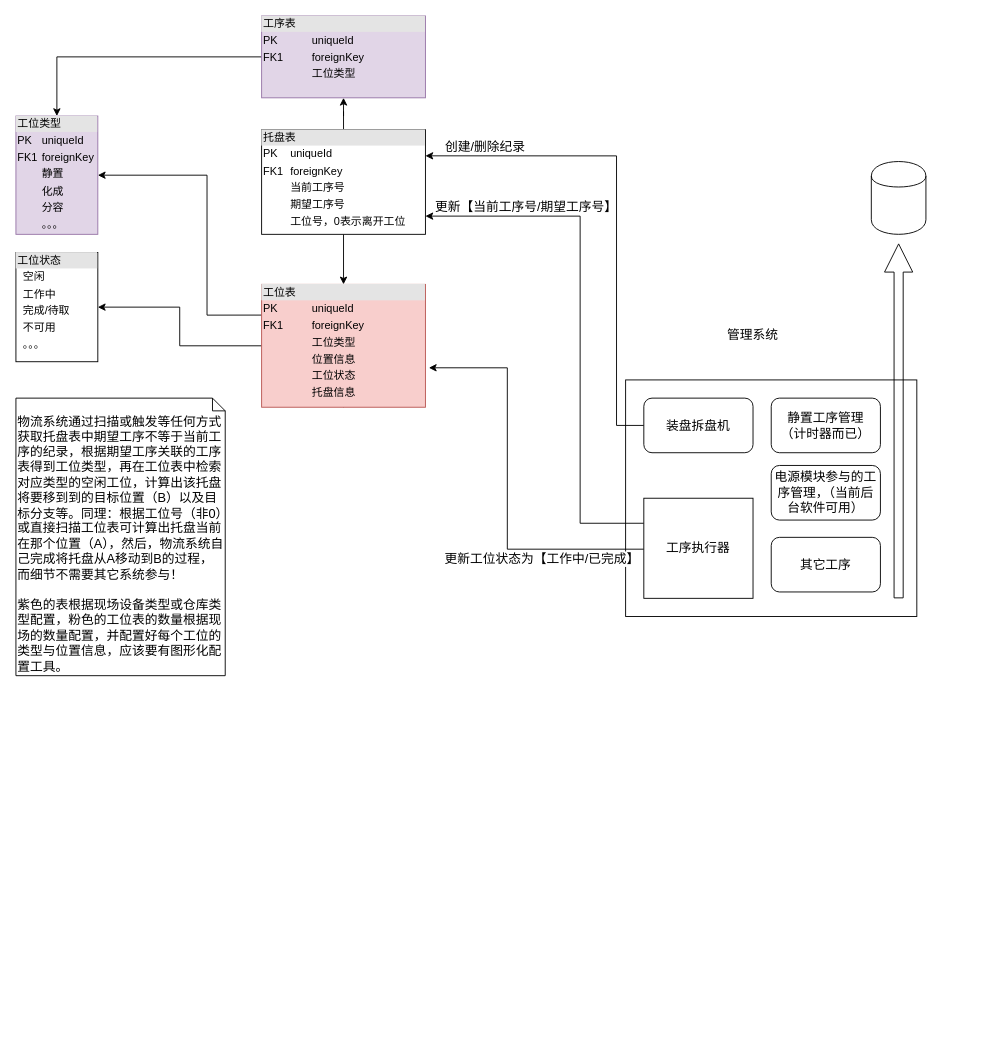
This is page "Page-3" (2 of 2) of Untitled Diagram.drawio from samos2011/drawio, a draw.io file, before an edit. Source tidied: cells renumbered, new cells numbered last; positions are measured from the earlier drawing's top-left corner, leaving out a move shared by most shapes. Both pictures are drawn from the tidied source at 91%, with x=0, y=0 at pixel (15, 15).
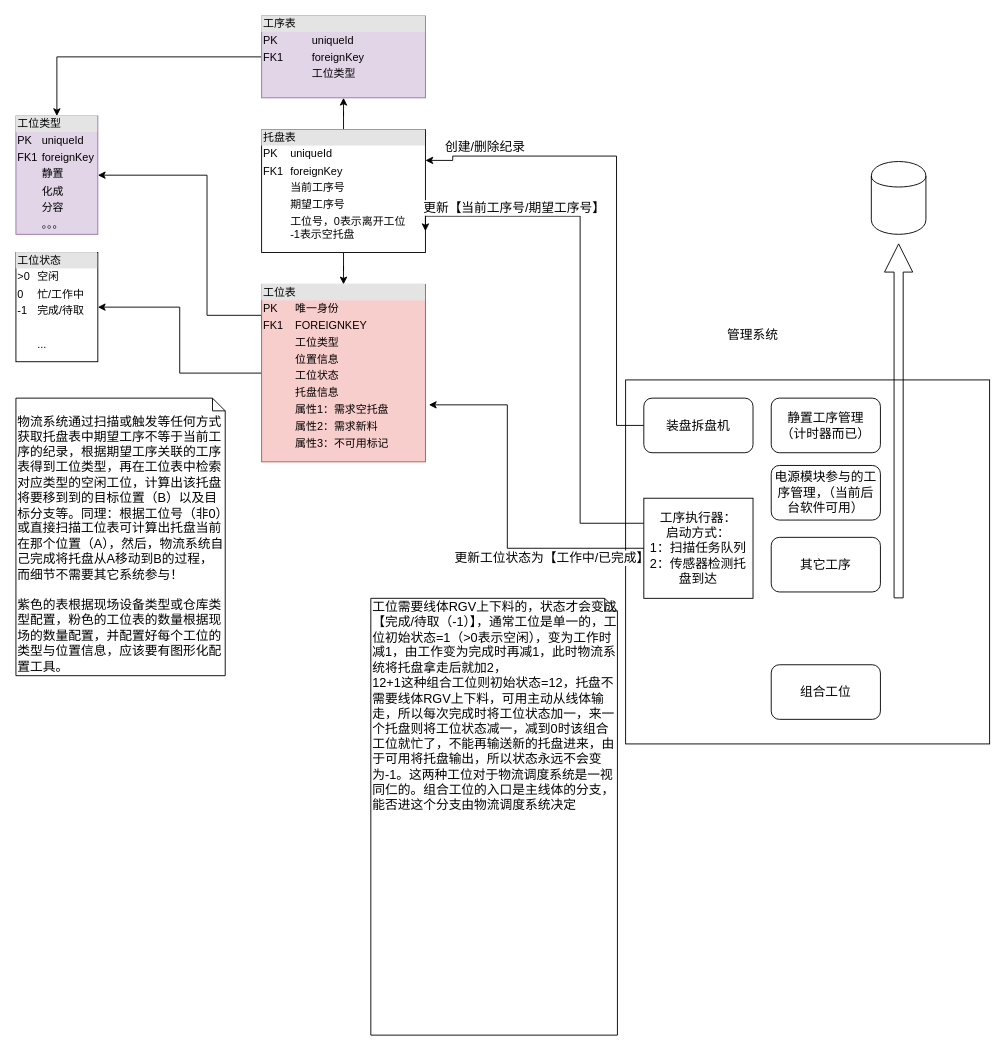
The same diagram, later.

The change refers to these unchanged cells:
```xml
<mxCell id="26" value="装盘拆盘机" style="rounded=1;whiteSpace=wrap;html=1;fontSize=14;" parent="1" vertex="1">
  <mxGeometry x="690" y="420" width="120" height="60" as="geometry" />
</mxCell>
```

Change to the diagram source:
```diff
@@
     <mxCell id="2" style="rounded=0;whiteSpace=wrap;html=1;fontSize=14;" parent="1" vertex="1">
-      <mxGeometry x="670" y="400" width="320" height="260" as="geometry" />
+      <mxGeometry x="670" y="400" width="400" height="400" as="geometry" />
     </mxCell>
@@
-    <mxCell id="5" value="&lt;div style=&quot;box-sizing: border-box ; width: 100% ; background: #e4e4e4 ; padding: 2px&quot;&gt;托盘表&lt;/div&gt;&lt;table style=&quot;width: 100% ; font-size: 1em&quot; cellpadding=&quot;2&quot; cellspacing=&quot;0&quot;&gt;&lt;tbody&gt;&lt;tr&gt;&lt;td&gt;PK&lt;/td&gt;&lt;td&gt;uniqueId&lt;/td&gt;&lt;/tr&gt;&lt;tr&gt;&lt;td&gt;FK1&lt;/td&gt;&lt;td&gt;foreignKey&lt;/td&gt;&lt;/tr&gt;&lt;tr&gt;&lt;td&gt;&lt;/td&gt;&lt;td&gt;当前工序号&lt;/td&gt;&lt;/tr&gt;&lt;tr&gt;&lt;td&gt;&lt;br&gt;&lt;/td&gt;&lt;td&gt;期望工序号&lt;/td&gt;&lt;/tr&gt;&lt;tr&gt;&lt;td&gt;&lt;br&gt;&lt;/td&gt;&lt;td&gt;工位号，0表示离开工位&lt;/td&gt;&lt;/tr&gt;&lt;tr&gt;&lt;td&gt;&lt;br&gt;&lt;/td&gt;&lt;td&gt;&lt;br&gt;&lt;/td&gt;&lt;/tr&gt;&lt;/tbody&gt;&lt;/table&gt;" style="verticalAlign=top;align=left;overflow=fill;html=1;" parent="1" vertex="1">
-      <mxGeometry x="270" y="125" width="180" height="115" as="geometry" />
+    <mxCell id="5" value="&lt;div style=&quot;box-sizing: border-box ; width: 100% ; background: #e4e4e4 ; padding: 2px&quot;&gt;托盘表&lt;/div&gt;&lt;table style=&quot;width: 100% ; font-size: 1em&quot; cellpadding=&quot;2&quot; cellspacing=&quot;0&quot;&gt;&lt;tbody&gt;&lt;tr&gt;&lt;td&gt;PK&lt;/td&gt;&lt;td&gt;uniqueId&lt;/td&gt;&lt;/tr&gt;&lt;tr&gt;&lt;td&gt;FK1&lt;/td&gt;&lt;td&gt;foreignKey&lt;/td&gt;&lt;/tr&gt;&lt;tr&gt;&lt;td&gt;&lt;/td&gt;&lt;td&gt;当前工序号&lt;/td&gt;&lt;/tr&gt;&lt;tr&gt;&lt;td&gt;&lt;br&gt;&lt;/td&gt;&lt;td&gt;期望工序号&lt;/td&gt;&lt;/tr&gt;&lt;tr&gt;&lt;td&gt;&lt;br&gt;&lt;/td&gt;&lt;td&gt;工位号，0表示离开工位&lt;br&gt;-1表示空托盘&lt;/td&gt;&lt;/tr&gt;&lt;tr&gt;&lt;td&gt;&lt;br&gt;&lt;/td&gt;&lt;td&gt;&lt;br&gt;&lt;/td&gt;&lt;/tr&gt;&lt;/tbody&gt;&lt;/table&gt;" style="verticalAlign=top;align=left;overflow=fill;html=1;" parent="1" vertex="1">
+      <mxGeometry x="270" y="125" width="180" height="135" as="geometry" />
     </mxCell>
@@
-    <mxCell id="8" style="edgeStyle=orthogonalEdgeStyle;rounded=0;jettySize=auto;html=1;exitX=0.5;exitY=1;exitDx=0;exitDy=0;" parent="1" edge="1" source="11">
-      <mxGeometry relative="1" as="geometry">
-        <mxPoint x="360.3" y="419.9" as="targetPoint" />
-      </mxGeometry>
-    </mxCell>
@@
-    <mxCell id="11" value="&lt;div style=&quot;box-sizing: border-box ; width: 100% ; background: #e4e4e4 ; padding: 2px&quot;&gt;工位表&lt;/div&gt;&lt;table style=&quot;width: 100% ; font-size: 1em&quot; cellpadding=&quot;2&quot; cellspacing=&quot;0&quot;&gt;&lt;tbody&gt;&lt;tr&gt;&lt;td&gt;PK&lt;/td&gt;&lt;td&gt;uniqueId&lt;/td&gt;&lt;/tr&gt;&lt;tr&gt;&lt;td&gt;FK1&lt;/td&gt;&lt;td&gt;foreignKey&lt;/td&gt;&lt;/tr&gt;&lt;tr&gt;&lt;td&gt;&lt;br&gt;&lt;/td&gt;&lt;td&gt;工位类型&lt;/td&gt;&lt;/tr&gt;&lt;tr&gt;&lt;td&gt;&lt;/td&gt;&lt;td&gt;位置信息&lt;br&gt;&lt;/td&gt;&lt;/tr&gt;&lt;tr&gt;&lt;td&gt;&lt;br&gt;&lt;/td&gt;&lt;td&gt;工位状态&lt;/td&gt;&lt;/tr&gt;&lt;tr&gt;&lt;td&gt;&lt;br&gt;&lt;/td&gt;&lt;td&gt;托盘信息&lt;/td&gt;&lt;/tr&gt;&lt;tr&gt;&lt;td&gt;&lt;br&gt;&lt;/td&gt;&lt;td&gt;&lt;br&gt;&lt;/td&gt;&lt;/tr&gt;&lt;tr&gt;&lt;td&gt;&lt;br&gt;&lt;/td&gt;&lt;td&gt;&lt;br&gt;&lt;/td&gt;&lt;/tr&gt;&lt;/tbody&gt;&lt;/table&gt;" style="verticalAlign=top;align=left;overflow=fill;html=1;fillColor=#f8cecc;strokeColor=#b85450;" parent="1" vertex="1">
-      <mxGeometry x="270" y="295" width="180" height="135" as="geometry" />
+    <mxCell id="11" value="&lt;div style=&quot;box-sizing: border-box ; width: 100% ; background: #e4e4e4 ; padding: 2px&quot;&gt;工位表&lt;/div&gt;&lt;table style=&quot;width: 100% ; font-size: 1em&quot; cellpadding=&quot;2&quot; cellspacing=&quot;0&quot;&gt;&lt;tbody&gt;&lt;tr&gt;&lt;td&gt;PK&lt;/td&gt;&lt;td&gt;唯一身份&lt;/td&gt;&lt;/tr&gt;&lt;tr&gt;&lt;td&gt;FK1&lt;/td&gt;&lt;td&gt;FOREIGNKEY&lt;/td&gt;&lt;/tr&gt;&lt;tr&gt;&lt;td&gt;&lt;br&gt;&lt;/td&gt;&lt;td&gt;工位类型&lt;/td&gt;&lt;/tr&gt;&lt;tr&gt;&lt;td&gt;&lt;/td&gt;&lt;td&gt;位置信息&lt;br&gt;&lt;/td&gt;&lt;/tr&gt;&lt;tr&gt;&lt;td&gt;&lt;br&gt;&lt;/td&gt;&lt;td&gt;工位状态&lt;/td&gt;&lt;/tr&gt;&lt;tr&gt;&lt;td&gt;&lt;br&gt;&lt;/td&gt;&lt;td&gt;托盘信息&lt;/td&gt;&lt;/tr&gt;&lt;tr&gt;&lt;td&gt;&lt;br&gt;&lt;/td&gt;&lt;td&gt;属性1：需求空托盘&lt;/td&gt;&lt;/tr&gt;&lt;tr&gt;&lt;td&gt;&lt;br&gt;&lt;/td&gt;&lt;td&gt;属性2：需求新料&lt;/td&gt;&lt;/tr&gt;&lt;tr&gt;&lt;td&gt;&lt;br&gt;&lt;/td&gt;&lt;td&gt;属性3：不可用标记&lt;/td&gt;&lt;/tr&gt;&lt;/tbody&gt;&lt;/table&gt;" style="verticalAlign=top;align=left;overflow=fill;html=1;fillColor=#f8cecc;strokeColor=#b85450;" parent="1" vertex="1">
+      <mxGeometry x="270" y="295" width="180" height="195" as="geometry" />
     </mxCell>
@@
-    <mxCell id="13" value="&lt;div style=&quot;box-sizing: border-box ; width: 100% ; background: #e4e4e4 ; padding: 2px&quot;&gt;工位状态&lt;/div&gt;&lt;table style=&quot;width: 100% ; font-size: 1em&quot; cellpadding=&quot;2&quot; cellspacing=&quot;0&quot;&gt;&lt;tbody&gt;&lt;tr&gt;&lt;td&gt;&lt;br&gt;&lt;/td&gt;&lt;td&gt;空闲&lt;/td&gt;&lt;/tr&gt;&lt;tr&gt;&lt;td&gt;&lt;br&gt;&lt;/td&gt;&lt;td&gt;工作中&lt;/td&gt;&lt;/tr&gt;&lt;tr&gt;&lt;td&gt;&lt;br&gt;&lt;/td&gt;&lt;td&gt;完成/待取&lt;/td&gt;&lt;/tr&gt;&lt;tr&gt;&lt;td&gt;&lt;/td&gt;&lt;td&gt;不可用&lt;/td&gt;&lt;/tr&gt;&lt;tr&gt;&lt;td&gt;&lt;br&gt;&lt;/td&gt;&lt;td&gt;。。。&lt;/td&gt;&lt;/tr&gt;&lt;tr&gt;&lt;td&gt;&lt;br&gt;&lt;/td&gt;&lt;td&gt;&lt;br&gt;&lt;/td&gt;&lt;/tr&gt;&lt;tr&gt;&lt;td&gt;&lt;br&gt;&lt;/td&gt;&lt;td&gt;&lt;br&gt;&lt;/td&gt;&lt;/tr&gt;&lt;/tbody&gt;&lt;/table&gt;" style="verticalAlign=top;align=left;overflow=fill;html=1;" parent="1" vertex="1">
+    <mxCell id="13" value="&lt;div style=&quot;box-sizing: border-box ; width: 100% ; background: #e4e4e4 ; padding: 2px&quot;&gt;工位状态&lt;/div&gt;&lt;table style=&quot;width: 100% ; font-size: 1em&quot; cellpadding=&quot;2&quot; cellspacing=&quot;0&quot;&gt;&lt;tbody&gt;&lt;tr&gt;&lt;td&gt;&amp;gt;0&lt;/td&gt;&lt;td&gt;空闲&lt;/td&gt;&lt;/tr&gt;&lt;tr&gt;&lt;td&gt;0&lt;/td&gt;&lt;td&gt;忙/工作中&lt;/td&gt;&lt;/tr&gt;&lt;tr&gt;&lt;td&gt;-1&lt;/td&gt;&lt;td&gt;完成/待取&lt;/td&gt;&lt;/tr&gt;&lt;tr&gt;&lt;td&gt;&lt;br&gt;&lt;/td&gt;&lt;td&gt;&lt;br&gt;&lt;/td&gt;&lt;/tr&gt;&lt;tr&gt;&lt;td&gt;&lt;br&gt;&lt;/td&gt;&lt;td&gt;...&lt;/td&gt;&lt;/tr&gt;&lt;tr&gt;&lt;td&gt;&lt;br&gt;&lt;/td&gt;&lt;td&gt;&lt;br&gt;&lt;/td&gt;&lt;/tr&gt;&lt;tr&gt;&lt;td&gt;&lt;br&gt;&lt;/td&gt;&lt;td&gt;&lt;br&gt;&lt;/td&gt;&lt;/tr&gt;&lt;/tbody&gt;&lt;/table&gt;" style="verticalAlign=top;align=left;overflow=fill;html=1;" parent="1" vertex="1">
       <mxGeometry y="260" width="90" height="120" as="geometry" />
     </mxCell>
@@
     <mxCell id="15" style="edgeStyle=orthogonalEdgeStyle;rounded=0;jettySize=auto;html=1;entryX=1.021;entryY=0.679;entryDx=0;entryDy=0;entryPerimeter=0;fontSize=14;" parent="1" edge="1" source="19" target="11">
       <mxGeometry relative="1" as="geometry">
         <Array as="points">
-          <mxPoint x="540" y="586" />
-          <mxPoint x="540" y="387" />
+          <mxPoint x="540" y="585" />
+          <mxPoint x="540" y="427" />
         </Array>
       </mxGeometry>
     </mxCell>
@@
-    <mxCell id="19" value="工序执行器" style="rounded=0;whiteSpace=wrap;html=1;fontSize=14;" parent="1" vertex="1">
+    <mxCell id="19" value="工序执行器：&lt;br&gt;启动方式：&lt;br&gt;1：扫描任务队列&lt;br&gt;2：传感器检测托盘到达" style="rounded=0;whiteSpace=wrap;html=1;fontSize=14;" parent="1" vertex="1">
       <mxGeometry x="690" y="530" width="120" height="110" as="geometry" />
     </mxCell>
@@
+    <mxCell id="29" value="组合工位" style="rounded=1;whiteSpace=wrap;html=1;fontSize=14;" parent="1" vertex="1">
+      <mxGeometry x="830" y="713" width="120" height="60" as="geometry" />
+    </mxCell>
@@
     <mxCell id="25" style="edgeStyle=orthogonalEdgeStyle;rounded=0;jettySize=auto;html=1;entryX=1;entryY=0.25;entryDx=0;entryDy=0;fontSize=14;" parent="1" edge="1" source="26" target="5">
       <mxGeometry relative="1" as="geometry">
         <Array as="points">
           <mxPoint x="660" y="450" />
           <mxPoint x="660" y="154" />
+          <mxPoint x="480" y="154" />
+          <mxPoint x="480" y="159" />
         </Array>
       </mxGeometry>
     </mxCell>
@@
+    <mxCell id="30" value="工位需要线体RGV上下料的，状态才会变成【完成/待取（-1）】，通常工位是单一的，工位初始状态=1（&amp;gt;0表示空闲），变为工作时减1，由工作变为完成时再减1，此时物流系统将托盘拿走后就加2，&lt;br&gt;12+1这种组合工位则初始状态=12，托盘不需要线体RGV上下料，可用主动从线体输走，所以每次完成时将工位状态加一，来一个托盘则将工位状态减一，减到0时该组合工位就忙了，不能再输送新的托盘进来，由于可用将托盘输出，所以状态永远不会变为-1。这两种工位对于物流调度系统是一视同仁的。组合工位的入口是主线体的分支，能否进这个分支由物流调度系统决定" style="shape=note;whiteSpace=wrap;html=1;size=14;verticalAlign=top;align=left;spacingTop=-6;fontSize=14;" parent="1" vertex="1">
+      <mxGeometry x="390" y="640" width="271" height="480" as="geometry" />
+    </mxCell>
```
